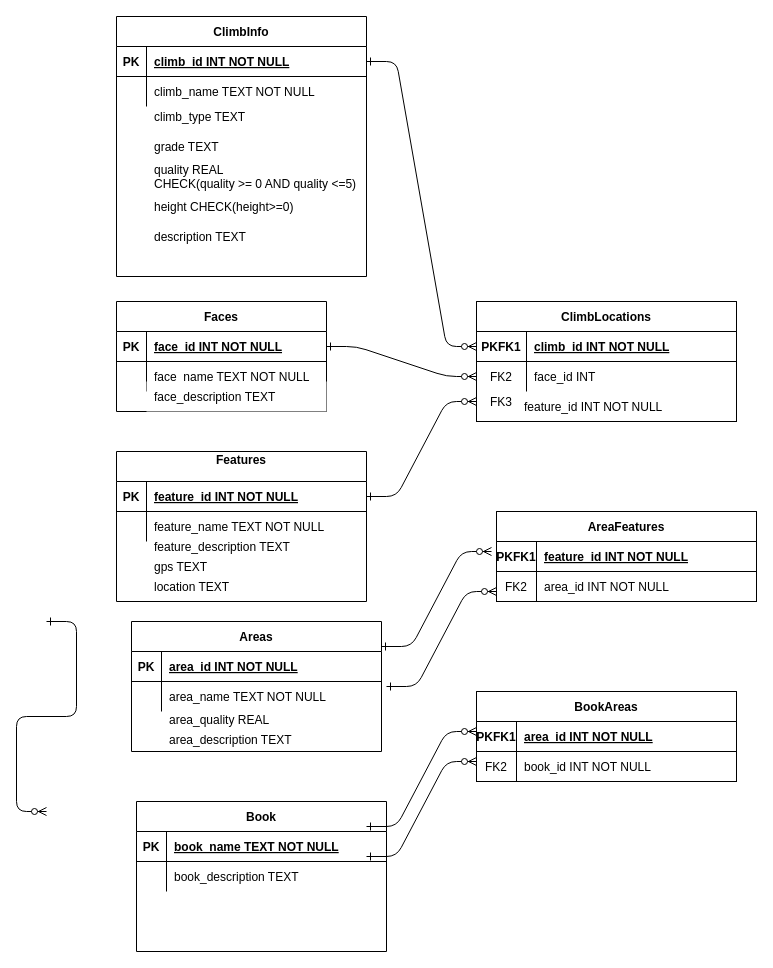
This is Untitled Diagram.drawio from apc518/penguinboys, a draw.io file, before an edit. Source tidied: cells renumbered, new cells numbered last; positions are measured from the earlier drawing's top-left corner, leaving out a move shared by most shapes. Both pictures are drawn from the tidied source at 100%, with x=0, y=0 at pixel (46, 16).
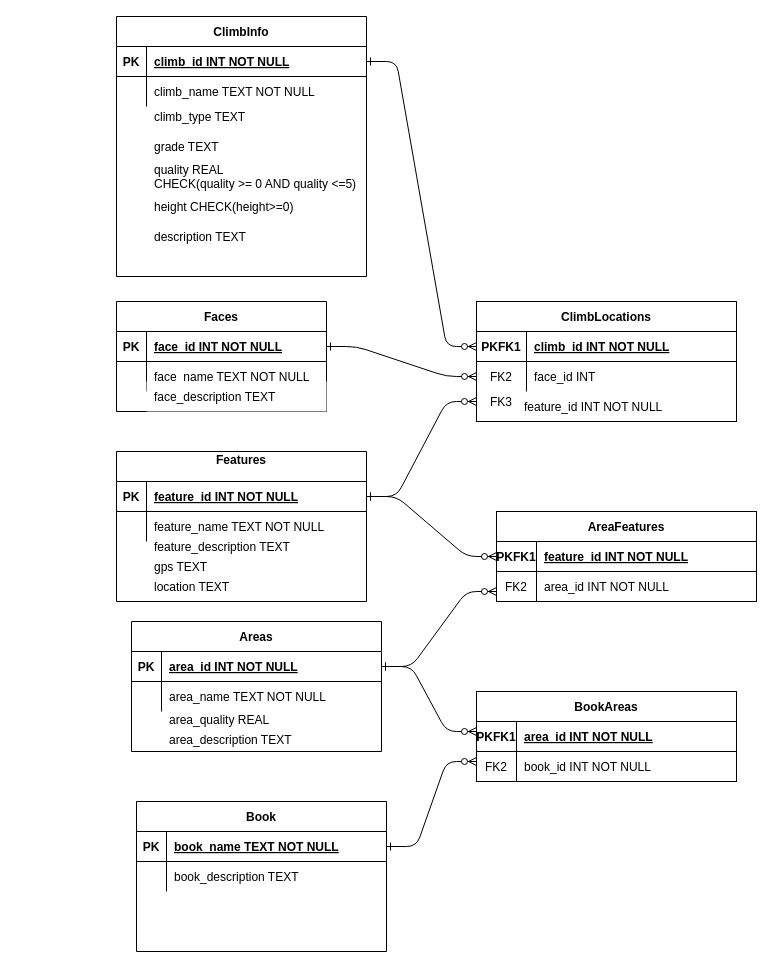
Above is the later version.

The change refers to these unchanged cells:
```xml
<mxCell id="18" style="shape=partialRectangle;fillColor=none;points=[[0,0.5],[1,0.5]];portConstraint=eastwest;top=0;left=0;right=0;bottom=1;fontColor=default;" parent="17" vertex="1">
  <mxGeometry y="30" width="250" height="30" as="geometry" />
</mxCell>
<mxCell id="26" style="shape=partialRectangle;fillColor=none;points=[[0,0.5],[1,0.5]];portConstraint=eastwest;top=0;left=0;right=0;bottom=1;fontColor=default;" parent="25" vertex="1">
  <mxGeometry y="30" width="250" height="30" as="geometry" />
</mxCell>
<mxCell id="47" style="shape=partialRectangle;fillColor=none;points=[[0,0.5],[1,0.5]];portConstraint=eastwest;top=0;left=0;right=0;bottom=1;fontColor=default;" parent="46" vertex="1">
  <mxGeometry y="30" width="250" height="30" as="geometry" />
</mxCell>
<mxCell id="67" style="shape=partialRectangle;fillColor=none;points=[[0,0.5],[1,0.5]];portConstraint=eastwest;top=0;left=0;right=0;bottom=1;fontColor=default;" parent="66" vertex="1">
  <mxGeometry y="30" width="260" height="30" as="geometry" />
</mxCell>
```

Change to the diagram source:
```diff
@@
-    <mxCell id="3" style="edgeStyle=entityRelationEdgeStyle;endArrow=ERzeroToMany;startArrow=ERone;endFill=1;startFill=0;strokeColor=default;labelBackgroundColor=default;fontColor=default;" parent="1" edge="1">
-      <mxGeometry relative="1" as="geometry">
-        <mxPoint y="605" as="sourcePoint" />
-        <mxPoint y="795" as="targetPoint" />
-      </mxGeometry>
-    </mxCell>
@@
-    <mxCell id="84" style="edgeStyle=entityRelationEdgeStyle;endArrow=ERzeroToMany;startArrow=ERone;endFill=1;startFill=0;strokeColor=default;labelBackgroundColor=default;fontColor=default;exitX=1;exitY=0.5;exitDx=0;exitDy=0;" parent="1" edge="1">
-      <mxGeometry relative="1" as="geometry">
-        <mxPoint x="335" y="630" as="sourcePoint" />
-        <mxPoint x="445" y="535" as="targetPoint" />
-      </mxGeometry>
+    <mxCell id="84" style="edgeStyle=entityRelationEdgeStyle;endArrow=ERzeroToMany;startArrow=ERone;endFill=1;startFill=0;strokeColor=default;labelBackgroundColor=default;fontColor=default;exitX=1;exitY=0.5;exitDx=0;exitDy=0;entryX=0;entryY=0.5;entryDx=0;entryDy=0;" parent="1" edge="1" source="47" target="67">
+      <mxGeometry relative="1" as="geometry" />
     </mxCell>
-    <mxCell id="85" style="edgeStyle=entityRelationEdgeStyle;endArrow=ERzeroToMany;startArrow=ERone;endFill=1;startFill=0;strokeColor=default;labelBackgroundColor=default;fontColor=default;exitX=1;exitY=0.5;exitDx=0;exitDy=0;" parent="1" edge="1">
+    <mxCell id="85" style="edgeStyle=entityRelationEdgeStyle;endArrow=ERzeroToMany;startArrow=ERone;endFill=1;startFill=0;strokeColor=default;labelBackgroundColor=default;fontColor=default;exitX=1;exitY=0.5;exitDx=0;exitDy=0;" parent="1" edge="1" source="26">
       <mxGeometry relative="1" as="geometry">
-        <mxPoint x="340" y="670" as="sourcePoint" />
         <mxPoint x="450" y="575" as="targetPoint" />
       </mxGeometry>
     </mxCell>
-    <mxCell id="86" style="edgeStyle=entityRelationEdgeStyle;endArrow=ERzeroToMany;startArrow=ERone;endFill=1;startFill=0;strokeColor=default;labelBackgroundColor=default;fontColor=default;exitX=1;exitY=0.5;exitDx=0;exitDy=0;" parent="1" edge="1">
+    <mxCell id="86" style="edgeStyle=entityRelationEdgeStyle;endArrow=ERzeroToMany;startArrow=ERone;endFill=1;startFill=0;strokeColor=default;labelBackgroundColor=default;fontColor=default;exitX=1;exitY=0.5;exitDx=0;exitDy=0;" parent="1" edge="1" source="26">
       <mxGeometry relative="1" as="geometry">
-        <mxPoint x="320" y="810" as="sourcePoint" />
         <mxPoint x="430" y="715" as="targetPoint" />
       </mxGeometry>
     </mxCell>
-    <mxCell id="87" style="edgeStyle=entityRelationEdgeStyle;endArrow=ERzeroToMany;startArrow=ERone;endFill=1;startFill=0;strokeColor=default;labelBackgroundColor=default;fontColor=default;exitX=1;exitY=0.5;exitDx=0;exitDy=0;" parent="1" edge="1">
+    <mxCell id="87" style="edgeStyle=entityRelationEdgeStyle;endArrow=ERzeroToMany;startArrow=ERone;endFill=1;startFill=0;strokeColor=default;labelBackgroundColor=default;fontColor=default;exitX=1;exitY=0.5;exitDx=0;exitDy=0;" parent="1" edge="1" source="18">
       <mxGeometry relative="1" as="geometry">
-        <mxPoint x="320" y="840" as="sourcePoint" />
         <mxPoint x="430" y="745" as="targetPoint" />
       </mxGeometry>
     </mxCell>
```
